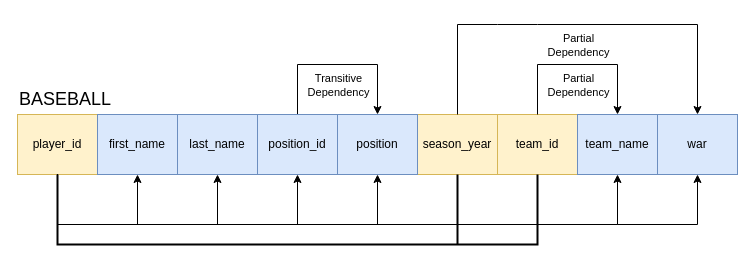
Before: page "1NF" (1 of 3) of dependency_graph.drawio in GeoDan87/CIT225, a draw.io diagram. Source tidied: cells renumbered, new cells numbered last; positions are measured from the earlier drawing's top-left corner, leaving out a move shared by most shapes. Both pictures are drawn from the tidied source at 100%, with x=0, y=0 at pixel (17, 24).
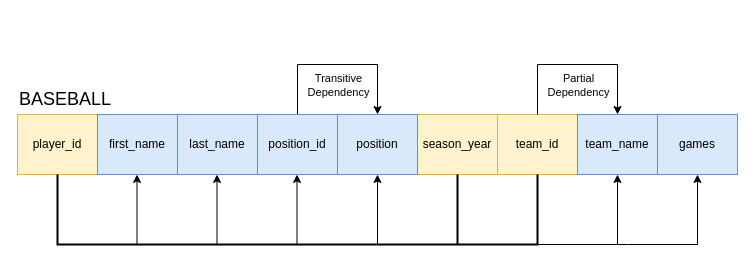
After the change.

Unchanged cells that the change refers to:
```xml
<mxCell id="2" value="player_id" style="rounded=0;whiteSpace=wrap;html=1;fillColor=#fff2cc;strokeColor=#d6b656;" parent="1" vertex="1">
  <mxGeometry y="90" width="80" height="60" as="geometry" />
</mxCell>
<mxCell id="6" value="team_name" style="rounded=0;whiteSpace=wrap;html=1;fillColor=#dae8fc;strokeColor=#6c8ebf;" parent="1" vertex="1">
  <mxGeometry x="560" y="90" width="80" height="60" as="geometry" />
</mxCell>
<mxCell id="18" value="position_id" style="rounded=0;whiteSpace=wrap;html=1;fillColor=#dae8fc;strokeColor=#6c8ebf;" parent="1" vertex="1">
  <mxGeometry x="240" y="90" width="80" height="60" as="geometry" />
</mxCell>
<mxCell id="21" value="position" style="rounded=0;whiteSpace=wrap;html=1;fillColor=#dae8fc;strokeColor=#6c8ebf;" parent="1" vertex="1">
  <mxGeometry x="320" y="90" width="80" height="60" as="geometry" />
</mxCell>
```

Change to the diagram source:
```diff
@@
-    <mxCell id="7" style="endArrow=classic;html=1;rounded=0;exitX=0.5;exitY=1;exitDx=0;exitDy=0;entryX=0.5;entryY=1;entryDx=0;entryDy=0;" parent="1" edge="1" source="2">
-      <mxGeometry relative="1" as="geometry">
-        <mxPoint x="120" y="150" as="targetPoint" />
-        <Array as="points">
-          <mxPoint x="40" y="200" />
-          <mxPoint x="120" y="200" />
-        </Array>
-      </mxGeometry>
-    </mxCell>
-    <mxCell id="8" style="endArrow=classic;html=1;rounded=0;exitX=0.5;exitY=1;exitDx=0;exitDy=0;entryX=0.5;entryY=1;entryDx=0;entryDy=0;" parent="1" edge="1" source="2">
-      <mxGeometry relative="1" as="geometry">
-        <mxPoint x="200" y="150" as="targetPoint" />
-        <Array as="points">
-          <mxPoint x="40" y="200" />
-          <mxPoint x="200" y="200" />
-        </Array>
-      </mxGeometry>
-    </mxCell>
@@
-    <mxCell id="11" style="endArrow=classic;html=1;rounded=0;exitX=0.5;exitY=1;exitDx=0;exitDy=0;entryX=0.5;entryY=1;entryDx=0;entryDy=0;" parent="1" edge="1" target="6">
+    <mxCell id="11" style="endArrow=classic;html=1;rounded=0;entryX=0.5;entryY=1;entryDx=0;entryDy=0;" parent="1" edge="1" target="6">
       <mxGeometry relative="1" as="geometry">
-        <mxPoint x="40" y="150" as="sourcePoint" />
+        <mxPoint x="520" y="220" as="sourcePoint" />
         <Array as="points">
-          <mxPoint x="40" y="200" />
-          <mxPoint x="600" y="200" />
+          <mxPoint x="520" y="220" />
+          <mxPoint x="600" y="220" />
         </Array>
       </mxGeometry>
     </mxCell>
-    <mxCell id="12" style="endArrow=classic;html=1;rounded=0;exitX=0.5;exitY=1;exitDx=0;exitDy=0;entryX=0.5;entryY=1;entryDx=0;entryDy=0;" parent="1" edge="1" target="18">
-      <mxGeometry relative="1" as="geometry">
-        <mxPoint x="40" y="150" as="sourcePoint" />
-        <Array as="points">
-          <mxPoint x="40" y="200" />
-          <mxPoint x="280" y="200" />
-        </Array>
-      </mxGeometry>
-    </mxCell>
-    <mxCell id="13" style="endArrow=classic;html=1;rounded=0;exitX=0.5;exitY=1;exitDx=0;exitDy=0;entryX=0.5;entryY=1;entryDx=0;entryDy=0;" parent="1" edge="1" target="17">
+    <mxCell id="13" style="endArrow=classic;html=1;rounded=0;entryX=0.5;entryY=1;entryDx=0;entryDy=0;" parent="1" edge="1" target="17">
       <mxGeometry relative="1" as="geometry">
-        <mxPoint x="40" y="150" as="sourcePoint" />
+        <mxPoint x="520" y="220" as="sourcePoint" />
         <Array as="points">
-          <mxPoint x="40" y="200" />
-          <mxPoint x="600" y="200" />
-          <mxPoint x="680" y="200" />
+          <mxPoint x="520" y="220" />
+          <mxPoint x="610" y="220" />
+          <mxPoint x="680" y="220" />
         </Array>
       </mxGeometry>
     </mxCell>
@@
-    <mxCell id="17" value="war" style="rounded=0;whiteSpace=wrap;html=1;fillColor=#dae8fc;strokeColor=#6c8ebf;" parent="1" vertex="1">
+    <mxCell id="17" value="games" style="rounded=0;whiteSpace=wrap;html=1;fillColor=#dae8fc;strokeColor=#6c8ebf;" parent="1" vertex="1">
       <mxGeometry x="640" y="90" width="80" height="60" as="geometry" />
     </mxCell>
@@
-    <mxCell id="22" style="endArrow=classic;html=1;rounded=0;exitX=0.5;exitY=1;exitDx=0;exitDy=0;entryX=0.5;entryY=1;entryDx=0;entryDy=0;" parent="1" edge="1" source="2">
-      <mxGeometry relative="1" as="geometry">
-        <mxPoint x="360" y="150" as="targetPoint" />
-        <Array as="points">
-          <mxPoint x="40" y="200" />
-          <mxPoint x="360" y="200" />
-        </Array>
-      </mxGeometry>
-    </mxCell>
-    <mxCell id="23" style="endArrow=classic;html=1;rounded=0;exitX=0.5;exitY=0;exitDx=0;exitDy=0;entryX=0.5;entryY=0;entryDx=0;entryDy=0;" parent="1" edge="1" target="17">
-      <mxGeometry relative="1" as="geometry">
-        <mxPoint x="440" y="90" as="sourcePoint" />
-        <Array as="points">
-          <mxPoint x="440" />
-          <mxPoint x="480" />
-          <mxPoint x="520" />
-          <mxPoint x="680" />
-        </Array>
-      </mxGeometry>
-    </mxCell>
-    <mxCell id="24" value="Partial &lt;br&gt;Dependency" style="edgeLabel;html=1;align=center;verticalAlign=middle;" parent="23" vertex="1">
-      <mxGeometry y="-2" relative="1" as="geometry">
-        <mxPoint y="18" as="offset" />
-      </mxGeometry>
-    </mxCell>
@@
+    <mxCell id="26" style="endArrow=classic;html=1;rounded=0;entryX=0.5;entryY=1;entryDx=0;entryDy=0;" parent="1" edge="1" target="21">
+      <mxGeometry relative="1" as="geometry">
+        <mxPoint x="360" y="220" as="sourcePoint" />
+      </mxGeometry>
+    </mxCell>
+    <mxCell id="27" style="endArrow=classic;html=1;rounded=0;entryX=0.5;entryY=1;entryDx=0;entryDy=0;" parent="1" edge="1">
+      <mxGeometry relative="1" as="geometry">
+        <mxPoint x="279.5" y="220" as="sourcePoint" />
+        <mxPoint x="279.5" y="150" as="targetPoint" />
+      </mxGeometry>
+    </mxCell>
+    <mxCell id="28" style="endArrow=classic;html=1;rounded=0;entryX=0.5;entryY=1;entryDx=0;entryDy=0;" parent="1" edge="1">
+      <mxGeometry relative="1" as="geometry">
+        <mxPoint x="199.5" y="220" as="sourcePoint" />
+        <mxPoint x="199.5" y="150" as="targetPoint" />
+      </mxGeometry>
+    </mxCell>
+    <mxCell id="29" style="endArrow=classic;html=1;rounded=0;entryX=0.5;entryY=1;entryDx=0;entryDy=0;" parent="1" edge="1">
+      <mxGeometry relative="1" as="geometry">
+        <mxPoint x="119.5" y="220" as="sourcePoint" />
+        <mxPoint x="119.5" y="150" as="targetPoint" />
+      </mxGeometry>
+    </mxCell>
```
